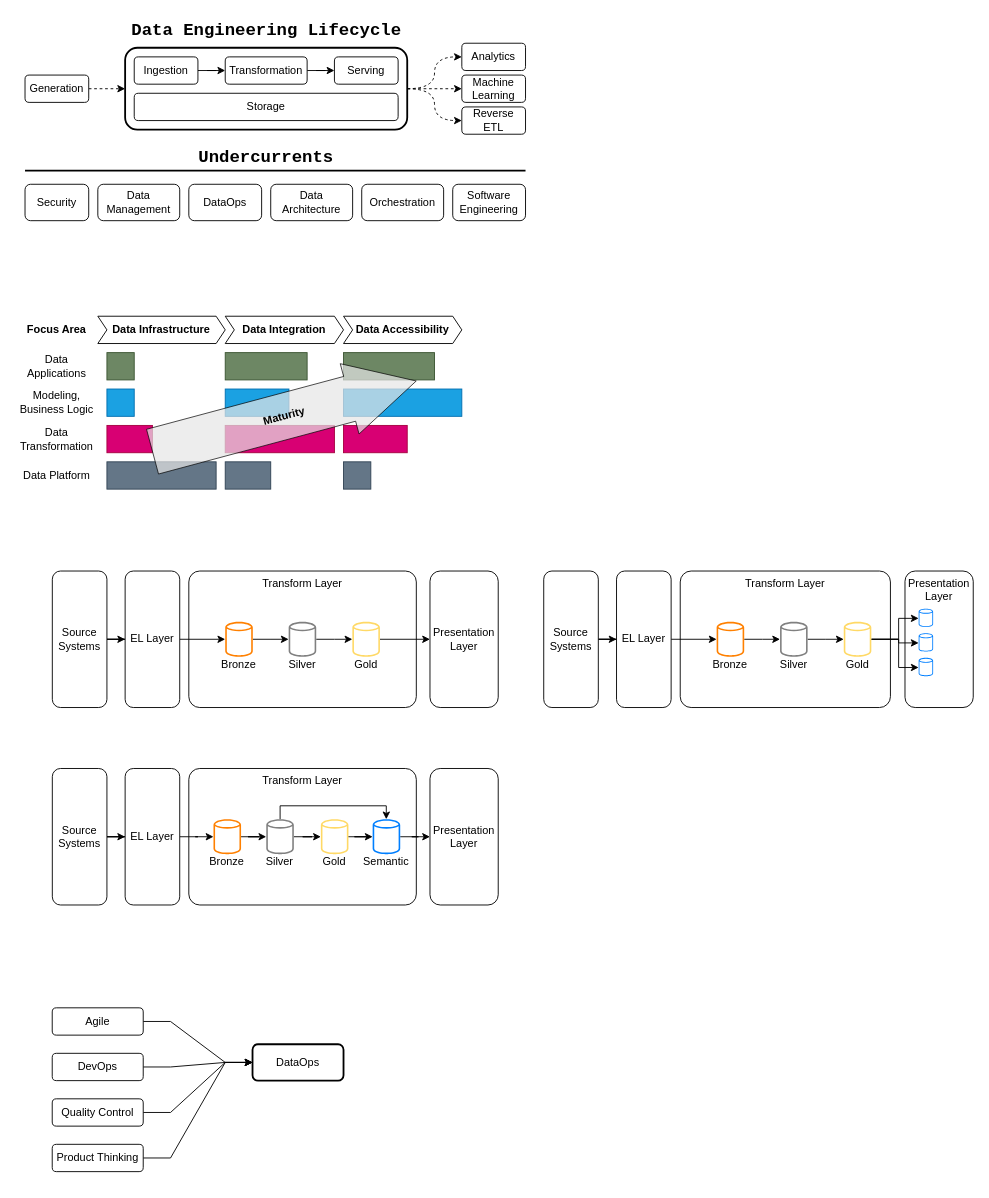
This is assets/diagrams/data-engineer-common.drawio from ddeutils/ddedocs, a draw.io file, before an edit. Source tidied: cells renumbered, new cells numbered last; positions are measured from the earlier drawing's top-left corner, leaving out a move shared by most shapes. Both pictures are drawn from the tidied source at 91%, with x=0, y=0 at pixel (15, 15).
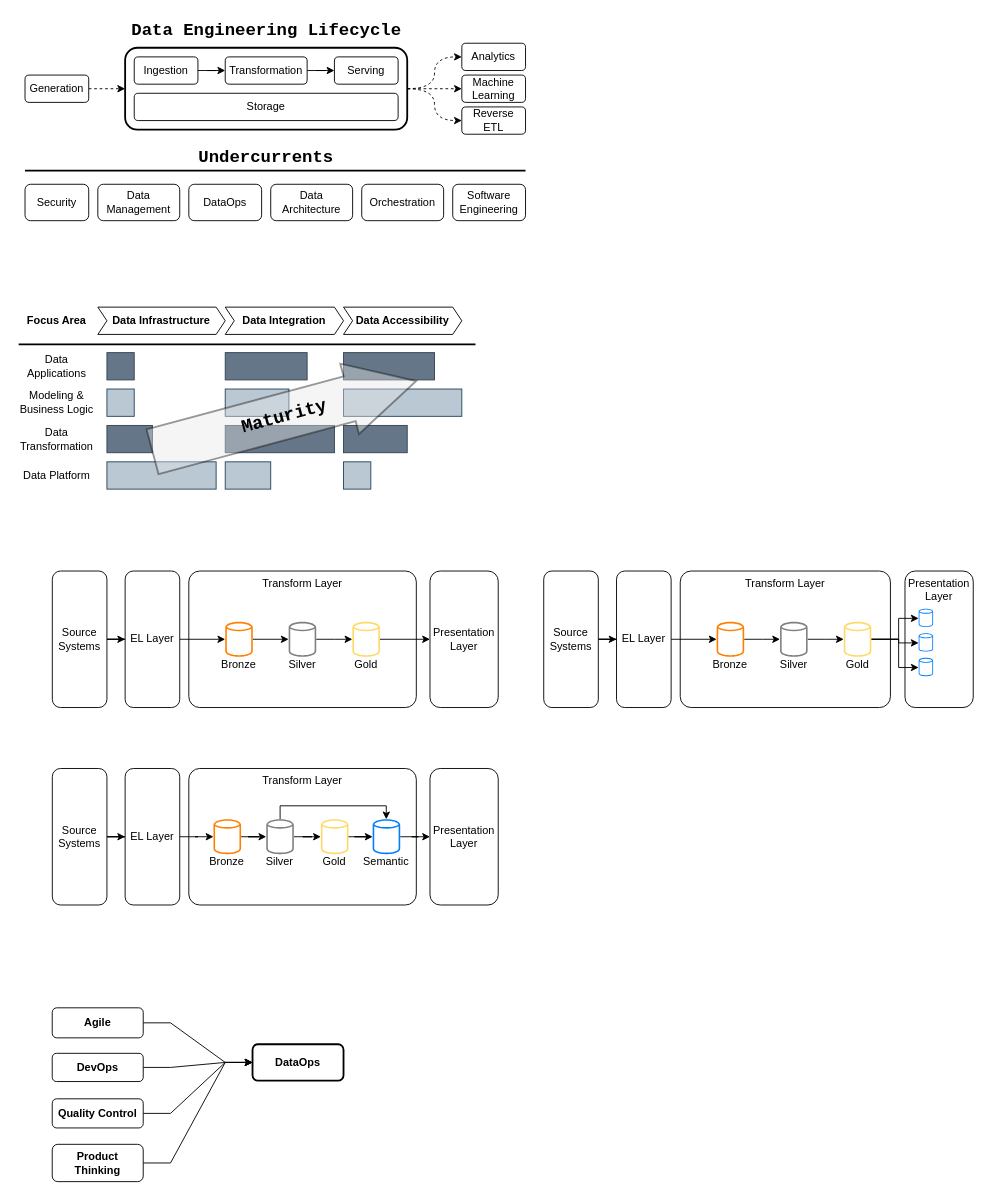
After the change.

What changed in the source:
```diff
@@
     <mxCell id="26" value="Data Infrastructure" style="shape=step;perimeter=stepPerimeter;whiteSpace=wrap;html=1;fixedSize=1;size=10;fontStyle=1;" parent="1" vertex="1">
-      <mxGeometry x="90" y="330" width="140" height="30" as="geometry" />
+      <mxGeometry x="90" y="320" width="140" height="30" as="geometry" />
     </mxCell>
     <mxCell id="27" value="Focus Area" style="rounded=0;whiteSpace=wrap;html=1;fillColor=none;strokeColor=none;fontStyle=1;" parent="1" vertex="1">
-      <mxGeometry y="330" width="90" height="30" as="geometry" />
+      <mxGeometry y="320" width="90" height="30" as="geometry" />
     </mxCell>
     <mxCell id="28" value="Data Integration" style="shape=step;perimeter=stepPerimeter;whiteSpace=wrap;html=1;fixedSize=1;size=10;fontStyle=1;" parent="1" vertex="1">
-      <mxGeometry x="230" y="330" width="130" height="30" as="geometry" />
+      <mxGeometry x="230" y="320" width="130" height="30" as="geometry" />
     </mxCell>
     <mxCell id="29" value="Data Accessibility" style="shape=step;perimeter=stepPerimeter;whiteSpace=wrap;html=1;fixedSize=1;size=10;fontStyle=1;" parent="1" vertex="1">
-      <mxGeometry x="360" y="330" width="130" height="30" as="geometry" />
+      <mxGeometry x="360" y="320" width="130" height="30" as="geometry" />
     </mxCell>
@@
-    <mxCell id="31" value="Modeling, Business Logic" style="rounded=0;whiteSpace=wrap;html=1;strokeColor=none;fillColor=none;" parent="1" vertex="1">
+    <mxCell id="31" value="Modeling &amp;amp; Business Logic" style="rounded=0;whiteSpace=wrap;html=1;strokeColor=none;fillColor=none;" parent="1" vertex="1">
       <mxGeometry y="410" width="90" height="30" as="geometry" />
     </mxCell>
@@
-    <mxCell id="34" value="0.3" style="rounded=0;whiteSpace=wrap;html=1;fillColor=#6d8764;fontColor=none;strokeColor=#3A5431;noLabel=1;" parent="1" vertex="1">
+    <mxCell id="34" value="0.3" style="rounded=0;whiteSpace=wrap;html=1;fillColor=#647687;fontColor=#ffffff;strokeColor=#314354;noLabel=1;" parent="1" vertex="1">
       <mxGeometry x="100" y="370" width="30" height="30" as="geometry" />
     </mxCell>
-    <mxCell id="35" value="0.3" style="rounded=0;whiteSpace=wrap;html=1;fillColor=#1ba1e2;fontColor=none;strokeColor=#006EAF;noLabel=1;" parent="1" vertex="1">
+    <mxCell id="35" value="0.3" style="rounded=0;whiteSpace=wrap;html=1;fillColor=#bac8d3;strokeColor=#23445d;noLabel=1;" parent="1" vertex="1">
       <mxGeometry x="100" y="410" width="30" height="30" as="geometry" />
     </mxCell>
-    <mxCell id="36" value="0.4" style="rounded=0;whiteSpace=wrap;html=1;fillColor=#d80073;fontColor=none;strokeColor=#A50040;noLabel=1;" parent="1" vertex="1">
+    <mxCell id="36" value="0.4" style="rounded=0;whiteSpace=wrap;html=1;fillColor=#647687;fontColor=#ffffff;strokeColor=#314354;noLabel=1;" parent="1" vertex="1">
       <mxGeometry x="100" y="450" width="50" height="30" as="geometry" />
     </mxCell>
-    <mxCell id="37" value="1.0" style="rounded=0;whiteSpace=wrap;html=1;fillColor=#647687;strokeColor=#314354;fontColor=none;noLabel=1;" parent="1" vertex="1">
+    <mxCell id="37" value="1.0" style="rounded=0;whiteSpace=wrap;html=1;fillColor=#bac8d3;strokeColor=#23445d;noLabel=1;" parent="1" vertex="1">
       <mxGeometry x="100" y="490" width="120" height="30" as="geometry" />
     </mxCell>
-    <mxCell id="38" value="0.7" style="rounded=0;whiteSpace=wrap;html=1;fillColor=#6d8764;fontColor=none;strokeColor=#3A5431;noLabel=1;" parent="1" vertex="1">
+    <mxCell id="38" value="0.7" style="rounded=0;whiteSpace=wrap;html=1;fillColor=#647687;fontColor=#ffffff;strokeColor=#314354;noLabel=1;" parent="1" vertex="1">
       <mxGeometry x="230" y="370" width="90" height="30" as="geometry" />
     </mxCell>
-    <mxCell id="39" value="0.5" style="rounded=0;whiteSpace=wrap;html=1;fillColor=#1ba1e2;fontColor=none;strokeColor=#006EAF;noLabel=1;" parent="1" vertex="1">
+    <mxCell id="39" value="0.5" style="rounded=0;whiteSpace=wrap;html=1;fillColor=#bac8d3;strokeColor=#23445d;noLabel=1;" parent="1" vertex="1">
       <mxGeometry x="230" y="410" width="70" height="30" as="geometry" />
     </mxCell>
-    <mxCell id="40" value="1.0" style="rounded=0;whiteSpace=wrap;html=1;fillColor=#d80073;fontColor=none;strokeColor=#A50040;noLabel=1;" parent="1" vertex="1">
+    <mxCell id="40" value="1.0" style="rounded=0;whiteSpace=wrap;html=1;fillColor=#647687;fontColor=#ffffff;strokeColor=#314354;noLabel=1;" parent="1" vertex="1">
       <mxGeometry x="230" y="450" width="120" height="30" as="geometry" />
     </mxCell>
-    <mxCell id="41" value="0.4" style="rounded=0;whiteSpace=wrap;html=1;fillColor=#647687;strokeColor=#314354;fontColor=none;noLabel=1;" parent="1" vertex="1">
+    <mxCell id="41" value="0.4" style="rounded=0;whiteSpace=wrap;html=1;fillColor=#bac8d3;strokeColor=#23445d;noLabel=1;" parent="1" vertex="1">
       <mxGeometry x="230" y="490" width="50" height="30" as="geometry" />
     </mxCell>
-    <mxCell id="42" value="0.8" style="rounded=0;whiteSpace=wrap;html=1;fillColor=#6d8764;fontColor=none;strokeColor=#3A5431;noLabel=1;" parent="1" vertex="1">
+    <mxCell id="42" value="0.8" style="rounded=0;whiteSpace=wrap;html=1;fillColor=#647687;fontColor=#ffffff;strokeColor=#314354;noLabel=1;" parent="1" vertex="1">
       <mxGeometry x="360" y="370" width="100" height="30" as="geometry" />
     </mxCell>
-    <mxCell id="43" value="1.0" style="rounded=0;whiteSpace=wrap;html=1;fillColor=#1ba1e2;fontColor=none;strokeColor=#006EAF;noLabel=1;" parent="1" vertex="1">
+    <mxCell id="43" value="1.0" style="rounded=0;whiteSpace=wrap;html=1;fillColor=#bac8d3;strokeColor=#23445d;noLabel=1;" parent="1" vertex="1">
       <mxGeometry x="360" y="410" width="130" height="30" as="geometry" />
     </mxCell>
-    <mxCell id="44" value="0.5" style="rounded=0;whiteSpace=wrap;html=1;fillColor=#d80073;fontColor=none;strokeColor=#A50040;noLabel=1;" parent="1" vertex="1">
+    <mxCell id="44" value="0.5" style="rounded=0;whiteSpace=wrap;html=1;fillColor=#647687;fontColor=#ffffff;strokeColor=#314354;noLabel=1;" parent="1" vertex="1">
       <mxGeometry x="360" y="450" width="70" height="30" as="geometry" />
     </mxCell>
-    <mxCell id="45" value="0.3" style="rounded=0;whiteSpace=wrap;html=1;fillColor=#647687;strokeColor=#314354;fontColor=none;noLabel=1;" parent="1" vertex="1">
+    <mxCell id="45" value="0.3" style="rounded=0;whiteSpace=wrap;html=1;fillColor=#bac8d3;strokeColor=#23445d;noLabel=1;" parent="1" vertex="1">
       <mxGeometry x="360" y="490" width="30" height="30" as="geometry" />
     </mxCell>
-    <mxCell id="46" value="Maturity" style="shape=singleArrow;whiteSpace=wrap;html=1;rotation=-15;arrowWidth=0.6362938816373471;arrowSize=0.2525101403077794;opacity=70;fillColor=#E6E6E6;fontStyle=1;" parent="1" vertex="1">
+    <mxCell id="46" value="&lt;font face=&quot;Courier New&quot; style=&quot;font-size: 20px;&quot;&gt;Maturity&lt;/font&gt;" style="shape=singleArrow;whiteSpace=wrap;html=1;rotation=-15;arrowWidth=0.6362938816373471;arrowSize=0.2525101403077794;opacity=40;fillColor=#E6E6E6;fontStyle=1;strokeWidth=2;" parent="1" vertex="1">
       <mxGeometry x="145" y="400" width="300" height="80" as="geometry" />
     </mxCell>
@@
-    <mxCell id="101" value="DataOps" style="rounded=1;whiteSpace=wrap;html=1;strokeWidth=2;" parent="1" vertex="1">
+    <mxCell id="101" value="DataOps" style="rounded=1;whiteSpace=wrap;html=1;strokeWidth=2;fontStyle=1;" parent="1" vertex="1">
       <mxGeometry x="260" y="1130" width="100" height="40" as="geometry" />
     </mxCell>
@@
-    <mxCell id="103" value="Agile" style="rounded=1;whiteSpace=wrap;html=1;" parent="1" vertex="1">
-      <mxGeometry x="39.9" y="1090" width="100" height="30" as="geometry" />
+    <mxCell id="103" value="Agile" style="rounded=1;whiteSpace=wrap;html=1;fontStyle=1;" parent="1" vertex="1">
+      <mxGeometry x="39.9" y="1090" width="100" height="33" as="geometry" />
     </mxCell>
@@
-    <mxCell id="105" value="DevOps" style="rounded=1;whiteSpace=wrap;html=1;" parent="1" vertex="1">
-      <mxGeometry x="39.9" y="1140" width="100" height="30" as="geometry" />
+    <mxCell id="105" value="DevOps" style="rounded=1;whiteSpace=wrap;html=1;fontStyle=1;" parent="1" vertex="1">
+      <mxGeometry x="39.9" y="1140" width="100" height="31" as="geometry" />
     </mxCell>
@@
-    <mxCell id="107" value="Quality Control" style="rounded=1;whiteSpace=wrap;html=1;" parent="1" vertex="1">
-      <mxGeometry x="39.9" y="1190" width="100" height="30" as="geometry" />
+    <mxCell id="107" value="Quality Control" style="rounded=1;whiteSpace=wrap;html=1;fontStyle=1;" parent="1" vertex="1">
+      <mxGeometry x="39.9" y="1190" width="100" height="32" as="geometry" />
     </mxCell>
@@
-    <mxCell id="109" value="Product Thinking" style="rounded=1;whiteSpace=wrap;html=1;" parent="1" vertex="1">
-      <mxGeometry x="39.9" y="1240" width="100" height="30" as="geometry" />
+    <mxCell id="109" value="Product Thinking" style="rounded=1;whiteSpace=wrap;html=1;fontStyle=1;" parent="1" vertex="1">
+      <mxGeometry x="39.9" y="1240" width="100" height="41" as="geometry" />
     </mxCell>
+    <mxCell id="110" style="endArrow=none;html=1;strokeWidth=2;" parent="1" edge="1">
+      <mxGeometry relative="1" as="geometry">
+        <mxPoint x="3" y="361" as="sourcePoint" />
+        <mxPoint x="505" y="361" as="targetPoint" />
+      </mxGeometry>
+    </mxCell>
```
